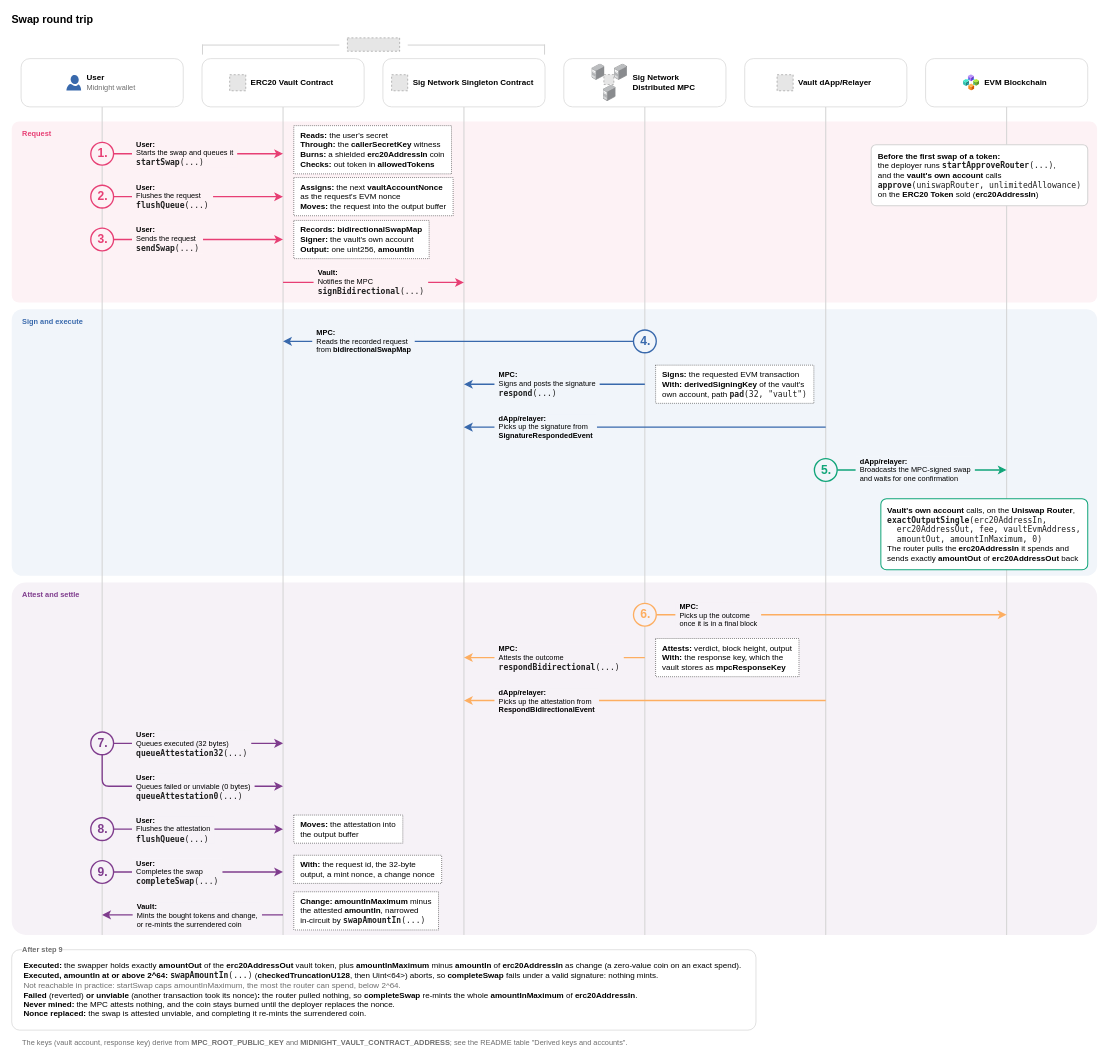
Above: examples/erc20-vault/docs/swap/swap.drawio in sig-net/midnight-examples (draw.io), before the change. Source tidied: cells renumbered, new cells numbered last; positions are measured from the earlier drawing's top-left corner, leaving out a move shared by most shapes. Both pictures are drawn from the tidied source at 67%, with x=0, y=0 at pixel (11, 11). Pictures stored in the file or linked from it are replaced by grey dashed boxes.
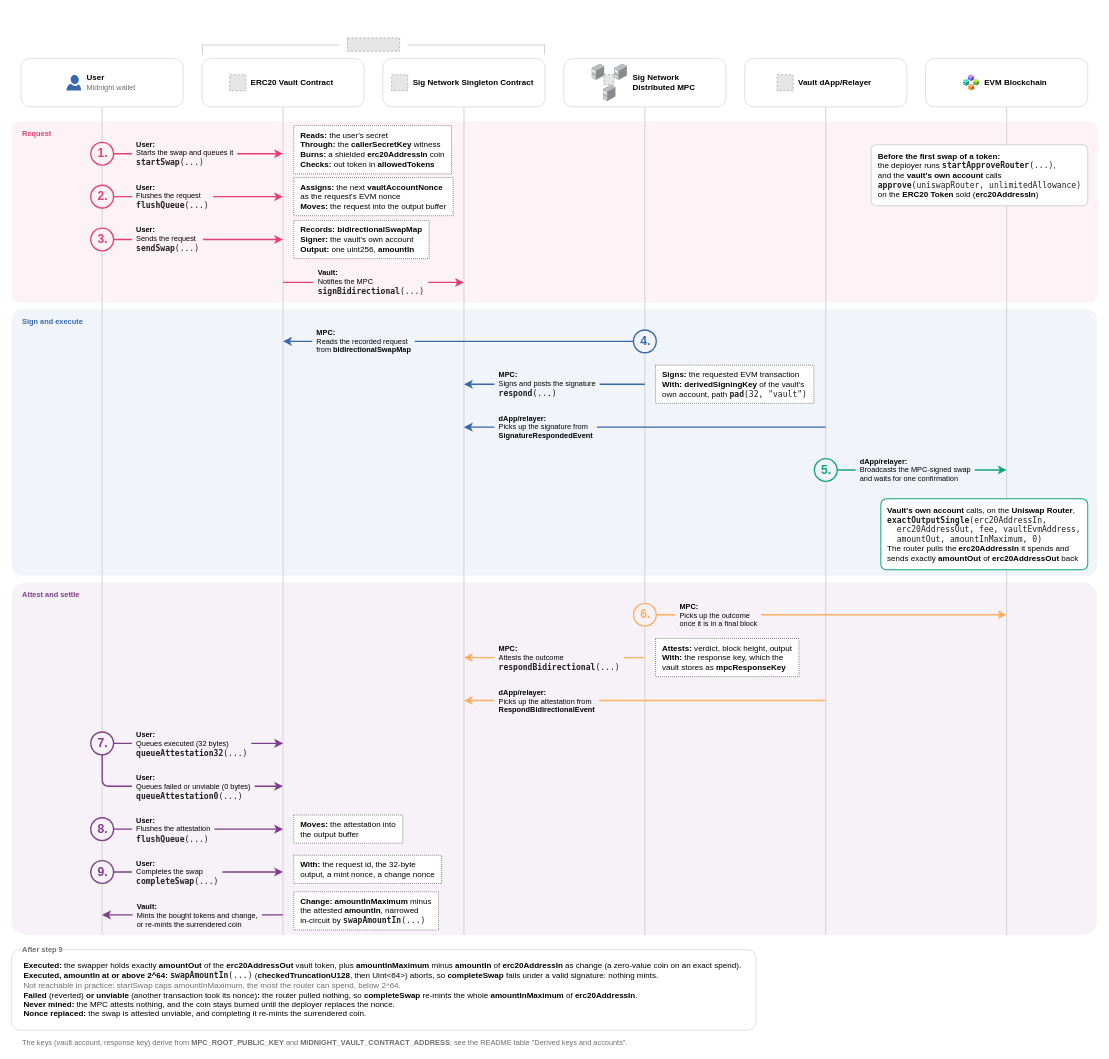
After the change.

Diff of the diagram source:
```diff
@@
-    <mxCell id="2" value="Swap round trip" style="text;html=1;fontStyle=1;fontSize=16;align=left;verticalAlign=middle;spacing=0;" parent="1" vertex="1">
-      <mxGeometry width="129.7" height="24" as="geometry" />
-    </mxCell>
```
